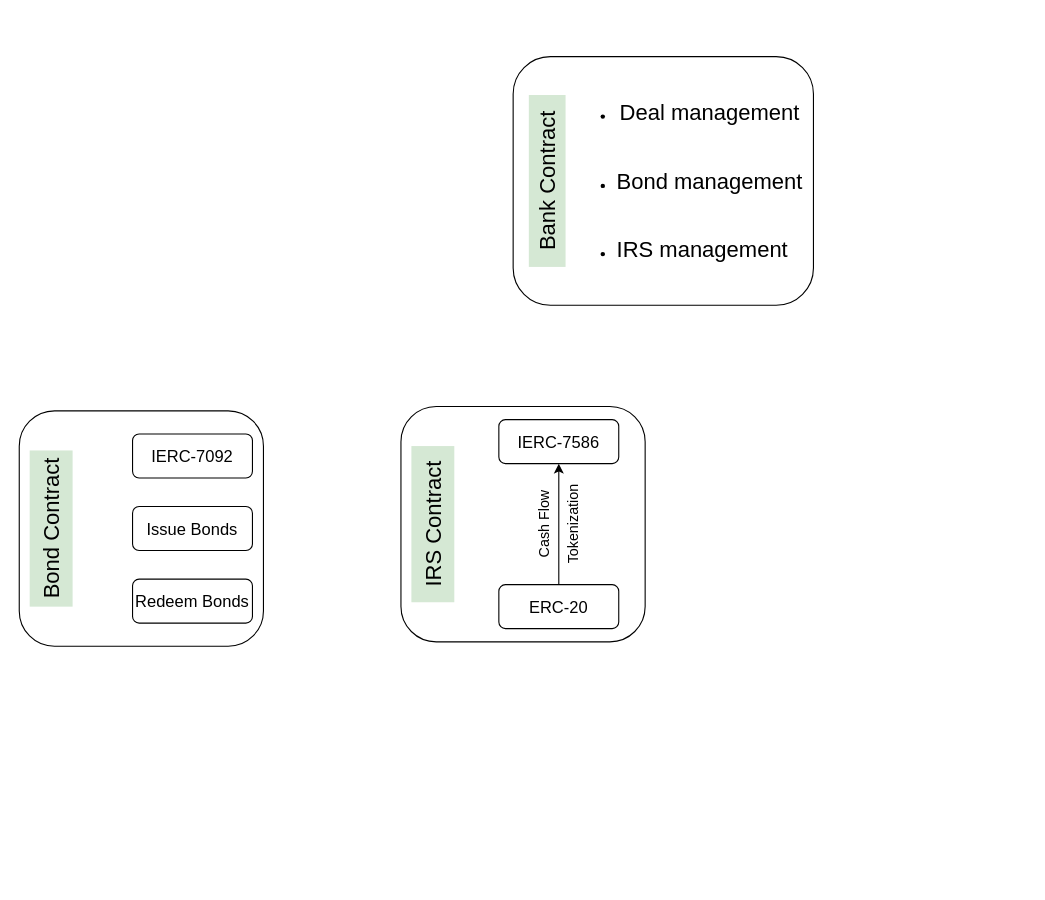
Above: page "Page-1" (1 of 4) of securtok_qualitax.drawio in Edoumou/drawings (draw.io), before the change. Source tidied: cells renumbered, new cells numbered last; positions are measured from the earlier drawing's top-left corner, leaving out a move shared by most shapes. Both pictures are drawn from the tidied source at 110%, with x=0, y=0 at pixel (-28, 56).
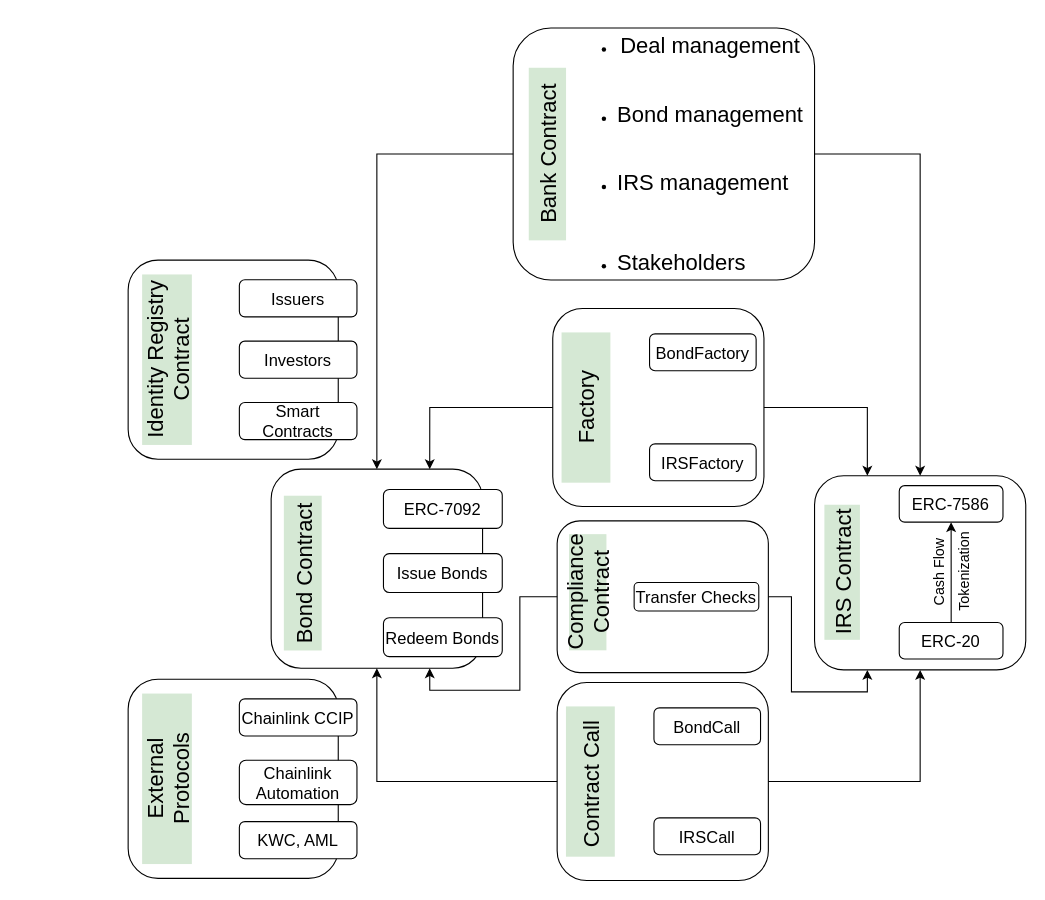
After the change.

Change to the diagram source:
```diff
@@
     <mxCell id="2" style="group;" parent="1" vertex="1">
-      <mxGeometry x="491" width="273" height="226" as="geometry" />
+      <mxGeometry x="491" y="-26" width="274" height="229" as="geometry" />
     </mxCell>
     <mxCell id="3" style="rounded=1;whiteSpace=wrap;html=1;" parent="2" vertex="1">
-      <mxGeometry width="273" height="226" as="geometry" />
+      <mxGeometry width="274" height="229" as="geometry" />
     </mxCell>
     <mxCell id="4" value="&lt;span style=&quot;font-size: 20px;&quot;&gt;Bank Contract&lt;/span&gt;" style="rounded=0;whiteSpace=wrap;html=1;fillColor=#d5e8d4;strokeColor=none;rotation=-90;" parent="2" vertex="1">
-      <mxGeometry x="-47.2" y="96.3" width="156.3" height="33.4" as="geometry" />
+      <mxGeometry x="-47.3" y="97.6" width="156.9" height="33.9" as="geometry" />
     </mxCell>
-    <mxCell id="5" value="&lt;ul&gt;&lt;li&gt;&lt;font style=&quot;font-size: 20px;&quot;&gt;Deal management&lt;/font&gt;&lt;/li&gt;&lt;/ul&gt;&lt;div&gt;&lt;br&gt;&lt;/div&gt;&lt;ul&gt;&lt;li style=&quot;text-align: left;&quot;&gt;&lt;font style=&quot;font-size: 20px;&quot;&gt;Bond management&lt;/font&gt;&lt;/li&gt;&lt;/ul&gt;&lt;div style=&quot;text-align: left;&quot;&gt;&lt;br&gt;&lt;/div&gt;&lt;ul&gt;&lt;li style=&quot;text-align: left;&quot;&gt;&lt;font style=&quot;font-size: 20px;&quot;&gt;IRS management&lt;/font&gt;&lt;/li&gt;&lt;/ul&gt;" style="text;html=1;align=center;verticalAlign=middle;whiteSpace=wrap;rounded=0;" parent="2" vertex="1">
-      <mxGeometry x="52.2" y="47.4" width="213.8" height="131.2" as="geometry" />
+    <mxCell id="5" value="&lt;ul&gt;&lt;li&gt;&lt;font style=&quot;font-size: 20px;&quot;&gt;Deal management&lt;/font&gt;&lt;/li&gt;&lt;/ul&gt;&lt;div&gt;&lt;br&gt;&lt;/div&gt;&lt;ul&gt;&lt;li style=&quot;text-align: left;&quot;&gt;&lt;font style=&quot;font-size: 20px;&quot;&gt;Bond management&lt;/font&gt;&lt;/li&gt;&lt;/ul&gt;&lt;div style=&quot;text-align: left;&quot;&gt;&lt;br&gt;&lt;/div&gt;&lt;ul&gt;&lt;li style=&quot;text-align: left;&quot;&gt;&lt;font style=&quot;font-size: 20px;&quot;&gt;IRS management&lt;/font&gt;&lt;/li&gt;&lt;/ul&gt;&lt;div style=&quot;text-align: left;&quot;&gt;&lt;span style=&quot;font-size: 20px;&quot;&gt;&lt;br&gt;&lt;/span&gt;&lt;/div&gt;&lt;ul&gt;&lt;li style=&quot;text-align: left;&quot;&gt;&lt;font style=&quot;font-size: 20px;&quot;&gt;Stakeholders&lt;/font&gt;&lt;/li&gt;&lt;/ul&gt;" style="text;html=1;align=center;verticalAlign=middle;whiteSpace=wrap;rounded=0;" parent="2" vertex="1">
+      <mxGeometry x="52.4" y="48" width="214.6" height="132.9" as="geometry" />
     </mxCell>
     <mxCell id="6" style="group;" parent="1" vertex="1">
-      <mxGeometry x="42" y="322" width="222" height="214" as="geometry" />
+      <mxGeometry x="271" y="375" width="220" height="189" as="geometry" />
     </mxCell>
     <mxCell id="7" style="rounded=1;whiteSpace=wrap;html=1;" parent="6" vertex="1">
-      <mxGeometry width="222" height="214" as="geometry" />
+      <mxGeometry width="192.2" height="181" as="geometry" />
     </mxCell>
     <mxCell id="8" value="&lt;font style=&quot;font-size: 20px;&quot;&gt;Bond Contract&lt;/font&gt;" style="rounded=0;whiteSpace=wrap;html=1;fillColor=#d5e8d4;strokeColor=none;rotation=-90;" parent="6" vertex="1">
-      <mxGeometry x="-42" y="87.5" width="142" height="39" as="geometry" />
+      <mxGeometry x="-41.6" y="77.3" width="140.7" height="34.4" as="geometry" />
     </mxCell>
     <mxCell id="9" value="&lt;font style=&quot;font-size: 15px;&quot;&gt;Redeem Bonds&lt;/font&gt;" style="rounded=1;whiteSpace=wrap;html=1;" parent="6" vertex="1">
-      <mxGeometry x="103" y="153" width="109" height="40" as="geometry" />
+      <mxGeometry x="102.1" y="135.1" width="108" height="35.3" as="geometry" />
     </mxCell>
     <mxCell id="10" value="&lt;font style=&quot;font-size: 15px;&quot;&gt;Issue Bonds&lt;/font&gt;" style="rounded=1;whiteSpace=wrap;html=1;" parent="6" vertex="1">
-      <mxGeometry x="103" y="87" width="109" height="40" as="geometry" />
+      <mxGeometry x="102.1" y="76.8" width="108" height="35.3" as="geometry" />
     </mxCell>
-    <mxCell id="11" value="&lt;font style=&quot;font-size: 15px;&quot;&gt;IERC-7092&lt;/font&gt;" style="rounded=1;whiteSpace=wrap;html=1;" parent="6" vertex="1">
-      <mxGeometry x="103" y="21" width="109" height="40" as="geometry" />
+    <mxCell id="11" value="&lt;font style=&quot;font-size: 15px;&quot;&gt;ERC-7092&lt;/font&gt;" style="rounded=1;whiteSpace=wrap;html=1;" parent="6" vertex="1">
+      <mxGeometry x="102.1" y="18.5" width="108" height="35.3" as="geometry" />
     </mxCell>
     <mxCell id="12" style="group;" parent="1" vertex="1">
-      <mxGeometry x="389" y="318" width="222" height="214" as="geometry" />
+      <mxGeometry x="765" y="380" width="192" height="177.5" as="geometry" />
     </mxCell>
     <mxCell id="13" style="rounded=1;whiteSpace=wrap;html=1;" parent="12" vertex="1">
-      <mxGeometry width="222" height="214" as="geometry" />
+      <mxGeometry y="1" width="192" height="176.5" as="geometry" />
     </mxCell>
     <mxCell id="14" value="&lt;font style=&quot;font-size: 20px;&quot;&gt;IRS Contract&lt;/font&gt;" style="rounded=0;whiteSpace=wrap;html=1;fillColor=#d5e8d4;strokeColor=none;rotation=-90;" parent="12" vertex="1">
-      <mxGeometry x="-42" y="87.5" width="142" height="39" as="geometry" />
+      <mxGeometry x="-36.3" y="72.6" width="122.8" height="32.3" as="geometry" />
     </mxCell>
@@
     <mxCell id="16" value="&lt;font style=&quot;font-size: 15px;&quot;&gt;ERC-20&lt;/font&gt;" style="rounded=1;whiteSpace=wrap;html=1;" parent="12" vertex="1">
-      <mxGeometry x="89" y="162" width="109" height="40" as="geometry" />
+      <mxGeometry x="77" y="134.4" width="94.3" height="33.2" as="geometry" />
     </mxCell>
-    <mxCell id="17" value="&lt;font style=&quot;font-size: 15px;&quot;&gt;IERC-7586&lt;/font&gt;" style="rounded=1;whiteSpace=wrap;html=1;" parent="12" vertex="1">
-      <mxGeometry x="89" y="12" width="109" height="40" as="geometry" />
+    <mxCell id="17" value="&lt;font style=&quot;font-size: 15px;&quot;&gt;ERC-7586&lt;/font&gt;" style="rounded=1;whiteSpace=wrap;html=1;" parent="12" vertex="1">
+      <mxGeometry x="77" y="10" width="94.3" height="33.2" as="geometry" />
     </mxCell>
     <mxCell id="18" value="&lt;font style=&quot;font-size: 13px;&quot;&gt;Cash Flow&lt;/font&gt;" style="text;html=1;align=center;verticalAlign=middle;whiteSpace=wrap;rounded=0;rotation=-90;" parent="12" vertex="1">
-      <mxGeometry x="89" y="95.5" width="83" height="23" as="geometry" />
+      <mxGeometry x="77" y="79.2" width="71.8" height="19.1" as="geometry" />
     </mxCell>
     <mxCell id="19" value="&lt;font style=&quot;font-size: 13px;&quot;&gt;Tokenization&lt;/font&gt;" style="text;html=1;align=center;verticalAlign=middle;whiteSpace=wrap;rounded=0;rotation=-90;" parent="12" vertex="1">
-      <mxGeometry x="115" y="95.5" width="83" height="23" as="geometry" />
+      <mxGeometry x="99.5" y="79.2" width="71.8" height="19.1" as="geometry" />
     </mxCell>
+    <mxCell id="20" style="group;" parent="1" vertex="1">
+      <mxGeometry x="531" y="422" width="192" height="138" as="geometry" />
+    </mxCell>
+    <mxCell id="21" style="rounded=1;whiteSpace=wrap;html=1;" parent="20" vertex="1">
+      <mxGeometry width="192" height="138" as="geometry" />
+    </mxCell>
+    <mxCell id="22" value="&lt;span style=&quot;font-size: 20px;&quot;&gt;Compliance Contract&lt;/span&gt;" style="rounded=0;whiteSpace=wrap;html=1;fillColor=#d5e8d4;strokeColor=none;rotation=-90;" parent="20" vertex="1">
+      <mxGeometry x="-25" y="47.9" width="105.6" height="34" as="geometry" />
+    </mxCell>
+    <mxCell id="23" value="&lt;span style=&quot;font-size: 15px;&quot;&gt;Transfer Checks&lt;/span&gt;" style="rounded=1;whiteSpace=wrap;html=1;" parent="20" vertex="1">
+      <mxGeometry x="70" y="56.1" width="113.3" height="25.8" as="geometry" />
+    </mxCell>
+    <mxCell id="24" style="group;" parent="1" vertex="1">
+      <mxGeometry x="141" y="185" width="208" height="181" as="geometry" />
+    </mxCell>
+    <mxCell id="25" style="rounded=1;whiteSpace=wrap;html=1;" parent="24" vertex="1">
+      <mxGeometry width="191" height="181" as="geometry" />
+    </mxCell>
+    <mxCell id="26" value="&lt;font style=&quot;font-size: 20px;&quot;&gt;Identity Registry Contract&lt;/font&gt;" style="rounded=0;whiteSpace=wrap;html=1;fillColor=#d5e8d4;strokeColor=none;rotation=-90;" parent="24" vertex="1">
+      <mxGeometry x="-42.2" y="67.9" width="155" height="45.2" as="geometry" />
+    </mxCell>
+    <mxCell id="27" value="&lt;font style=&quot;font-size: 15px;&quot;&gt;Smart Contracts&lt;/font&gt;" style="rounded=1;whiteSpace=wrap;html=1;" parent="24" vertex="1">
+      <mxGeometry x="101.1" y="129.4" width="106.9" height="33.8" as="geometry" />
+    </mxCell>
+    <mxCell id="28" value="&lt;font style=&quot;font-size: 15px;&quot;&gt;Investors&lt;/font&gt;" style="rounded=1;whiteSpace=wrap;html=1;" parent="24" vertex="1">
+      <mxGeometry x="101.1" y="73.6" width="106.9" height="33.8" as="geometry" />
+    </mxCell>
+    <mxCell id="29" value="&lt;font style=&quot;font-size: 15px;&quot;&gt;Issuers&lt;/font&gt;" style="rounded=1;whiteSpace=wrap;html=1;" parent="24" vertex="1">
+      <mxGeometry x="101.1" y="17.8" width="106.9" height="33.8" as="geometry" />
+    </mxCell>
+    <mxCell id="30" style="group;" parent="1" vertex="1">
+      <mxGeometry x="531" y="569" width="192" height="180" as="geometry" />
+    </mxCell>
+    <mxCell id="31" style="rounded=1;whiteSpace=wrap;html=1;" parent="30" vertex="1">
+      <mxGeometry width="192" height="180" as="geometry" />
+    </mxCell>
+    <mxCell id="32" value="&lt;span style=&quot;font-size: 20px;&quot;&gt;Contract Call&amp;nbsp;&lt;/span&gt;" style="rounded=0;whiteSpace=wrap;html=1;fillColor=#d5e8d4;strokeColor=none;rotation=-90;" parent="30" vertex="1">
+      <mxGeometry x="-38.1" y="67.8" width="136.6" height="44.4" as="geometry" />
+    </mxCell>
+    <mxCell id="33" value="&lt;span style=&quot;font-size: 15px;&quot;&gt;BondCall&lt;/span&gt;" style="rounded=1;whiteSpace=wrap;html=1;" parent="30" vertex="1">
+      <mxGeometry x="88" y="23" width="96.9" height="33.6" as="geometry" />
+    </mxCell>
+    <mxCell id="34" value="&lt;span style=&quot;font-size: 15px;&quot;&gt;IRSCall&lt;/span&gt;" style="rounded=1;whiteSpace=wrap;html=1;" parent="30" vertex="1">
+      <mxGeometry x="88" y="123" width="96.9" height="33.6" as="geometry" />
+    </mxCell>
+    <mxCell id="35" style="group;" parent="1" vertex="1">
+      <mxGeometry x="527" y="229" width="192" height="180" as="geometry" />
+    </mxCell>
+    <mxCell id="36" style="rounded=1;whiteSpace=wrap;html=1;" parent="35" vertex="1">
+      <mxGeometry width="192" height="180" as="geometry" />
+    </mxCell>
+    <mxCell id="37" value="&lt;span style=&quot;font-size: 20px;&quot;&gt;Factory&lt;/span&gt;" style="rounded=0;whiteSpace=wrap;html=1;fillColor=#d5e8d4;strokeColor=none;rotation=-90;" parent="35" vertex="1">
+      <mxGeometry x="-38.1" y="67.8" width="136.6" height="44.4" as="geometry" />
+    </mxCell>
+    <mxCell id="38" value="&lt;span style=&quot;font-size: 15px;&quot;&gt;BondFactory&lt;/span&gt;" style="rounded=1;whiteSpace=wrap;html=1;" parent="35" vertex="1">
+      <mxGeometry x="88" y="23" width="96.9" height="33.6" as="geometry" />
+    </mxCell>
+    <mxCell id="39" value="&lt;span style=&quot;font-size: 15px;&quot;&gt;IRSFactory&lt;/span&gt;" style="rounded=1;whiteSpace=wrap;html=1;" parent="35" vertex="1">
+      <mxGeometry x="88" y="123" width="96.9" height="33.6" as="geometry" />
+    </mxCell>
+    <mxCell id="40" style="edgeStyle=orthogonalEdgeStyle;rounded=0;jettySize=auto;html=1;entryX=0.5;entryY=1;entryDx=0;entryDy=0;" parent="1" edge="1" source="31" target="7">
+      <mxGeometry relative="1" as="geometry" />
+    </mxCell>
+    <mxCell id="41" style="edgeStyle=orthogonalEdgeStyle;rounded=0;jettySize=auto;html=1;" parent="1" edge="1" source="31" target="13">
+      <mxGeometry relative="1" as="geometry" />
+    </mxCell>
+    <mxCell id="42" style="edgeStyle=orthogonalEdgeStyle;rounded=0;jettySize=auto;html=1;entryX=0.5;entryY=0;entryDx=0;entryDy=0;" parent="1" edge="1" source="3" target="7">
+      <mxGeometry relative="1" as="geometry" />
+    </mxCell>
+    <mxCell id="43" style="edgeStyle=orthogonalEdgeStyle;rounded=0;jettySize=auto;html=1;exitX=1;exitY=0.5;exitDx=0;exitDy=0;entryX=0.5;entryY=0;entryDx=0;entryDy=0;" parent="1" edge="1" source="3" target="13">
+      <mxGeometry relative="1" as="geometry" />
+    </mxCell>
+    <mxCell id="44" style="edgeStyle=orthogonalEdgeStyle;rounded=0;jettySize=auto;html=1;entryX=0.75;entryY=0;entryDx=0;entryDy=0;" parent="1" edge="1" source="36" target="7">
+      <mxGeometry relative="1" as="geometry" />
+    </mxCell>
+    <mxCell id="45" style="edgeStyle=orthogonalEdgeStyle;rounded=0;jettySize=auto;html=1;entryX=0.25;entryY=0;entryDx=0;entryDy=0;" parent="1" edge="1" source="36" target="13">
+      <mxGeometry relative="1" as="geometry" />
+    </mxCell>
+    <mxCell id="46" style="group;" parent="1" vertex="1">
+      <mxGeometry x="141" y="566" width="208" height="181" as="geometry" />
+    </mxCell>
+    <mxCell id="47" style="rounded=1;whiteSpace=wrap;html=1;" parent="46" vertex="1">
+      <mxGeometry width="191" height="181" as="geometry" />
+    </mxCell>
+    <mxCell id="48" value="&lt;font style=&quot;font-size: 20px;&quot;&gt;External Protocols&lt;/font&gt;" style="rounded=0;whiteSpace=wrap;html=1;fillColor=#d5e8d4;strokeColor=none;rotation=-90;" parent="46" vertex="1">
+      <mxGeometry x="-42.2" y="67.9" width="155" height="45.2" as="geometry" />
+    </mxCell>
+    <mxCell id="49" value="&lt;font style=&quot;font-size: 15px;&quot;&gt;KWC, AML&lt;/font&gt;" style="rounded=1;whiteSpace=wrap;html=1;" parent="46" vertex="1">
+      <mxGeometry x="101.1" y="129.4" width="106.9" height="33.8" as="geometry" />
+    </mxCell>
+    <mxCell id="50" value="&lt;font style=&quot;font-size: 15px;&quot;&gt;Chainlink Automation&lt;/font&gt;" style="rounded=1;whiteSpace=wrap;html=1;" parent="46" vertex="1">
+      <mxGeometry x="101.1" y="73.6" width="106.9" height="40.4" as="geometry" />
+    </mxCell>
+    <mxCell id="51" value="&lt;font style=&quot;font-size: 15px;&quot;&gt;Chainlink CCIP&lt;/font&gt;" style="rounded=1;whiteSpace=wrap;html=1;" parent="46" vertex="1">
+      <mxGeometry x="101.1" y="17.8" width="106.9" height="33.8" as="geometry" />
+    </mxCell>
+    <mxCell id="52" style="edgeStyle=orthogonalEdgeStyle;rounded=0;jettySize=auto;html=1;entryX=0.75;entryY=1;entryDx=0;entryDy=0;" parent="1" edge="1" source="21" target="7">
+      <mxGeometry relative="1" as="geometry" />
+    </mxCell>
+    <mxCell id="53" style="edgeStyle=orthogonalEdgeStyle;rounded=0;jettySize=auto;html=1;entryX=0.25;entryY=1;entryDx=0;entryDy=0;" parent="1" edge="1" source="21" target="13">
+      <mxGeometry relative="1" as="geometry" />
+    </mxCell>
```
